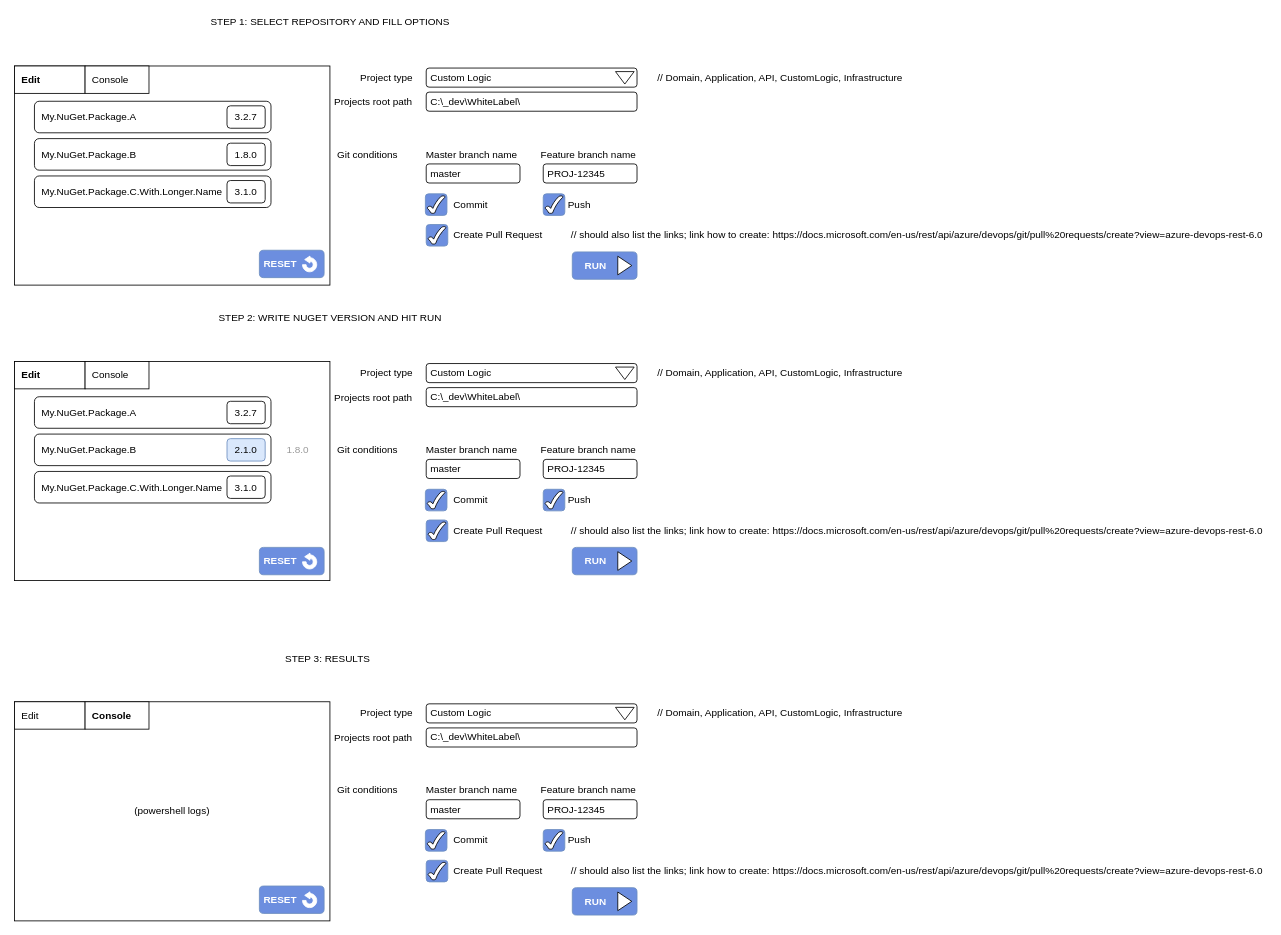
Before: concept.drawio in KucherenkoSerhiy/NuGetReferenceBuilder, a draw.io diagram. Source tidied: cells renumbered, new cells numbered last; positions are measured from the earlier drawing's top-left corner, leaving out a move shared by most shapes. Both pictures are drawn from the tidied source at 83%, with x=0, y=0 at pixel (14, 14).
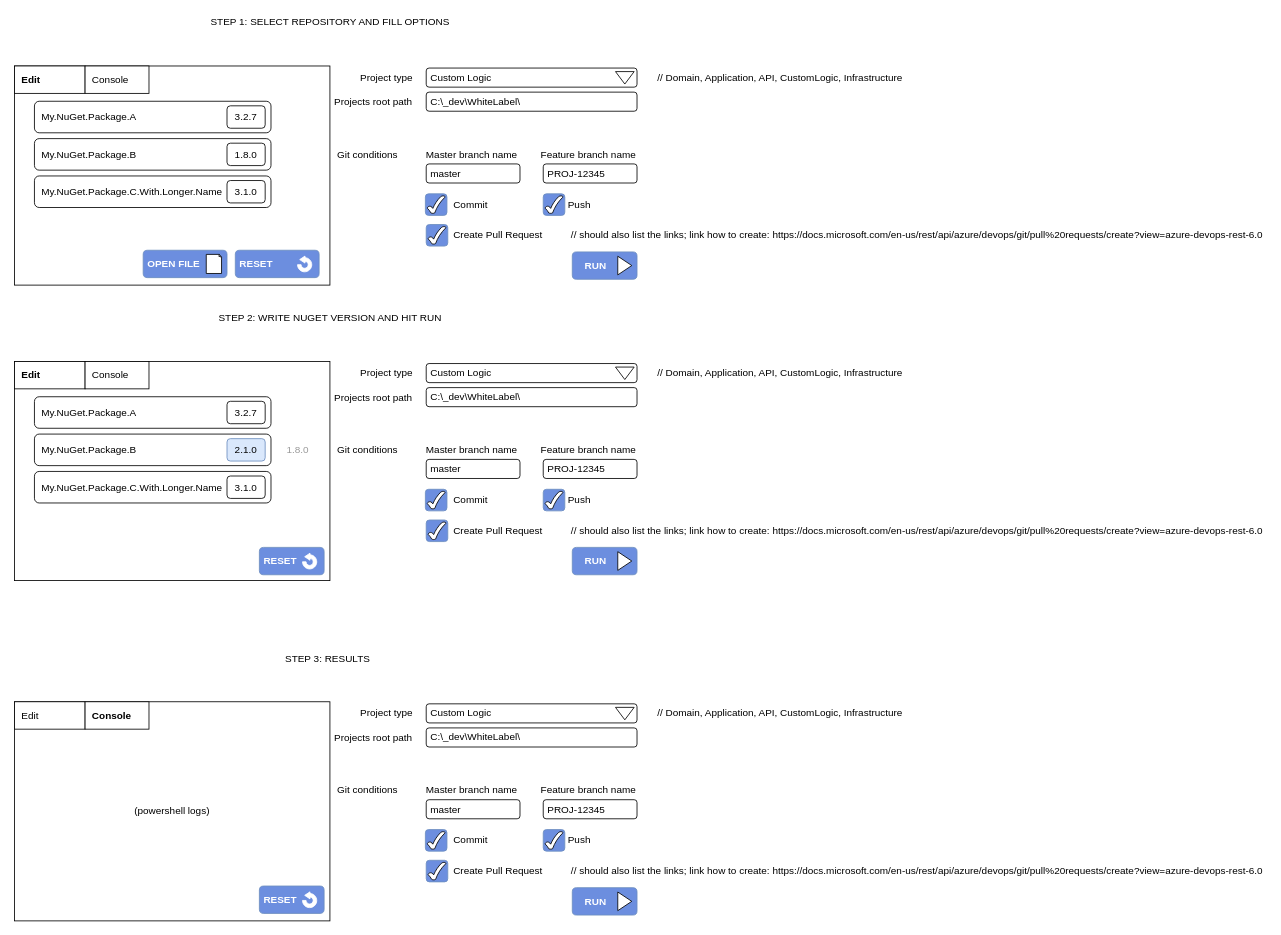
Above is the later version.

Commit message:
updated concept diagram

The edit, as a diff of the source:
```diff
@@
-    <mxCell id="110" style="group;" parent="1" vertex="1">
-      <mxGeometry x="295" y="284" width="78" height="33" as="geometry" />
-    </mxCell>
-    <mxCell id="111" value="&lt;b&gt;&amp;nbsp;RESET&lt;/b&gt;" style="rounded=1;whiteSpace=wrap;html=1;strokeColor=#6c8ebf;fontColor=#FFFFFF;fillColor=#6C8EDF;align=left;" parent="110" vertex="1">
-      <mxGeometry width="78" height="33" as="geometry" />
-    </mxCell>
-    <mxCell id="112" style="group;" parent="110" vertex="1">
-      <mxGeometry x="52" y="7" width="17.1" height="19" as="geometry" />
-    </mxCell>
-    <mxCell id="113" style="verticalLabelPosition=bottom;verticalAlign=top;html=1;shape=mxgraph.basic.partConcEllipse;startAngle=0.0033501354978332167;endAngle=0.7515914963824541;arcWidth=0.5;rounded=0;align=left;direction=east;strokeColor=#FFFFFF;" parent="112" vertex="1">
-      <mxGeometry y="1.9" width="17.1" height="17.1" as="geometry" />
-    </mxCell>
-    <mxCell id="114" style="triangle;whiteSpace=wrap;html=1;rounded=0;align=left;direction=west;strokeColor=#FFFFFF;" parent="112" vertex="1">
-      <mxGeometry x="2.6" width="6.4" height="8.5" as="geometry" />
-    </mxCell>
@@
+    <mxCell id="120" style="group;" parent="1" vertex="1">
+      <mxGeometry x="266" y="284" width="101" height="33" as="geometry" />
+    </mxCell>
+    <mxCell id="111" value="&lt;b&gt;&amp;nbsp;RESET&lt;/b&gt;" style="rounded=1;whiteSpace=wrap;html=1;strokeColor=#6c8ebf;fontColor=#FFFFFF;fillColor=#6C8EDF;align=left;" parent="120" vertex="1">
+      <mxGeometry width="101" height="33" as="geometry" />
+    </mxCell>
+    <mxCell id="121" style="verticalLabelPosition=bottom;verticalAlign=top;html=1;shape=mxgraph.basic.partConcEllipse;startAngle=0.0033501354978332167;endAngle=0.7515914963824541;arcWidth=0.5;rounded=0;align=left;direction=east;strokeColor=#FFFFFF;" parent="120" vertex="1">
+      <mxGeometry x="75" y="8.9" width="17.1" height="17.1" as="geometry" />
+    </mxCell>
+    <mxCell id="122" style="triangle;whiteSpace=wrap;html=1;rounded=0;align=left;direction=west;strokeColor=#FFFFFF;" parent="120" vertex="1">
+      <mxGeometry x="77.6" y="7" width="6.4" height="8.5" as="geometry" />
+    </mxCell>
+    <mxCell id="123" value="&lt;b&gt;&amp;nbsp;OPEN FILE&lt;/b&gt;" style="rounded=1;whiteSpace=wrap;html=1;strokeColor=#6c8ebf;fontColor=#FFFFFF;fillColor=#6C8EDF;align=left;" parent="1" vertex="1">
+      <mxGeometry x="155" y="284" width="101" height="33" as="geometry" />
+    </mxCell>
+    <mxCell id="124" style="whiteSpace=wrap;html=1;shape=mxgraph.basic.document;rounded=0;align=center;verticalAlign=middle;" parent="1" vertex="1">
+      <mxGeometry x="231" y="289" width="18.6" height="23" as="geometry" />
+    </mxCell>
```
